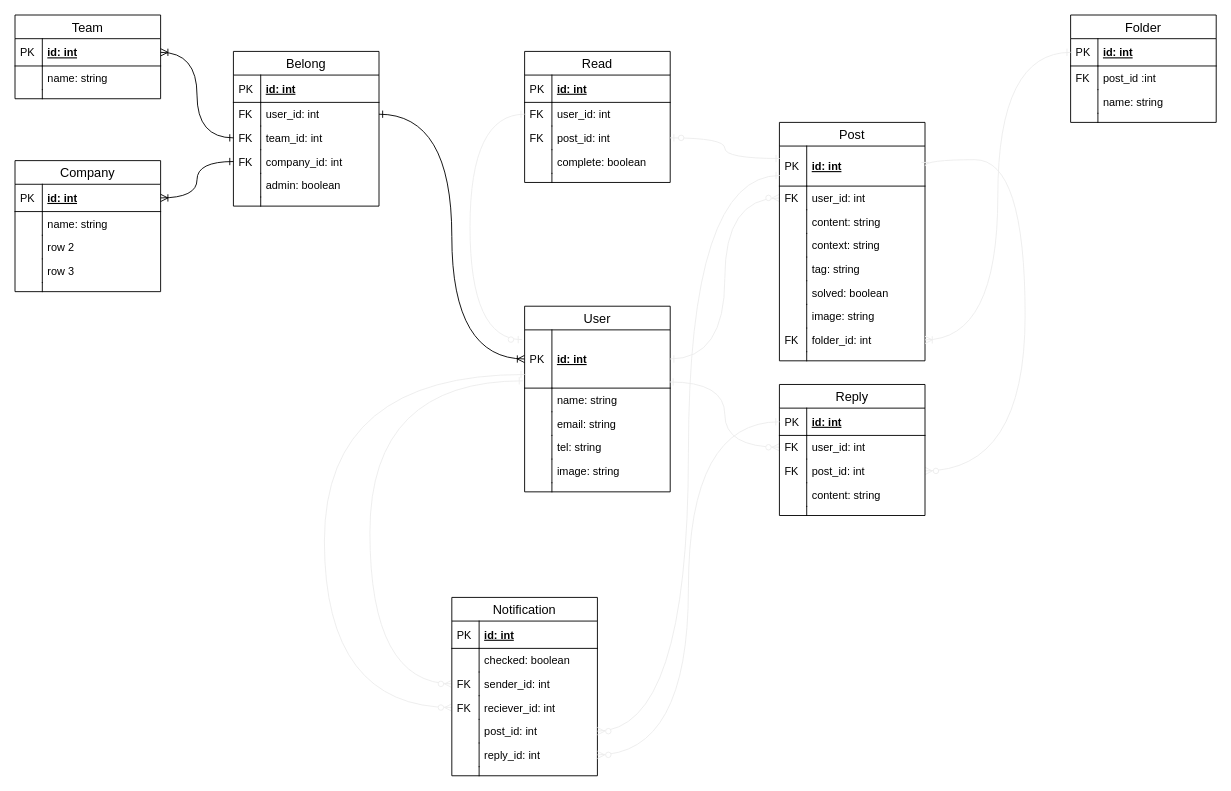
Earlier version of the draw.io diagram questlib.dio (Shu-Omura/questlib). Source tidied: cells renumbered, new cells numbered last; positions are measured from the earlier drawing's top-left corner, leaving out a move shared by most shapes. Both pictures are drawn from the tidied source at 91%, with x=0, y=0 at pixel (15, 15).
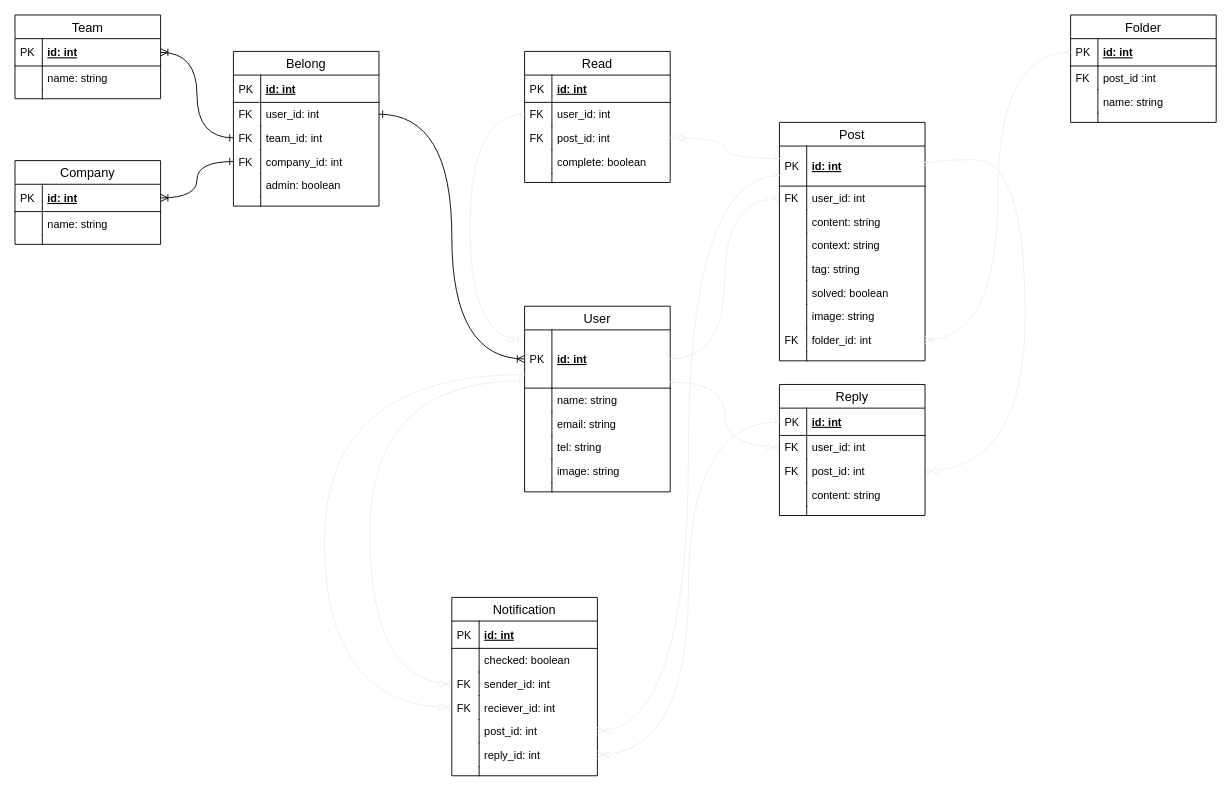
After the change.

What changed in the source:
```diff
@@
     <mxCell id="9" value="Company" style="swimlane;fontStyle=0;horizontal=1;startSize=26;align=center;fontSize=14;" parent="1" vertex="1">
-      <mxGeometry y="160" width="160" height="144" as="geometry" />
+      <mxGeometry y="160" width="160" height="92" as="geometry" />
     </mxCell>
@@
-    <mxCell id="14" value="row 2" style="shape=partialRectangle;top=0;left=0;right=0;bottom=0;align=left;verticalAlign=top;fillColor=none;spacingLeft=34;spacingRight=4;overflow=hidden;fontSize=12;" parent="9" vertex="1">
-      <mxGeometry y="82" width="160" height="26" as="geometry" />
-    </mxCell>
-    <mxCell id="15" style="shape=partialRectangle;top=0;left=0;bottom=0;fillColor=none;align=left;verticalAlign=top;spacingLeft=4;spacingRight=4;overflow=hidden;fontSize=12;" parent="14" vertex="1">
-      <mxGeometry width="30" height="26" as="geometry" />
-    </mxCell>
-    <mxCell id="16" value="row 3" style="shape=partialRectangle;top=0;left=0;right=0;bottom=0;align=left;verticalAlign=top;fillColor=none;spacingLeft=34;spacingRight=4;overflow=hidden;fontSize=12;" parent="9" vertex="1">
-      <mxGeometry y="108" width="160" height="26" as="geometry" />
-    </mxCell>
-    <mxCell id="17" style="shape=partialRectangle;top=0;left=0;bottom=0;fillColor=none;align=left;verticalAlign=top;spacingLeft=4;spacingRight=4;overflow=hidden;fontSize=12;" parent="16" vertex="1">
-      <mxGeometry width="30" height="26" as="geometry" />
-    </mxCell>
     <mxCell id="18" style="shape=partialRectangle;top=0;left=0;right=0;bottom=0;align=left;verticalAlign=top;fillColor=none;spacingLeft=34;spacingRight=4;overflow=hidden;fontSize=12;" parent="9" vertex="1">
-      <mxGeometry y="134" width="160" height="10" as="geometry" />
+      <mxGeometry y="82" width="160" height="10" as="geometry" />
     </mxCell>
```
